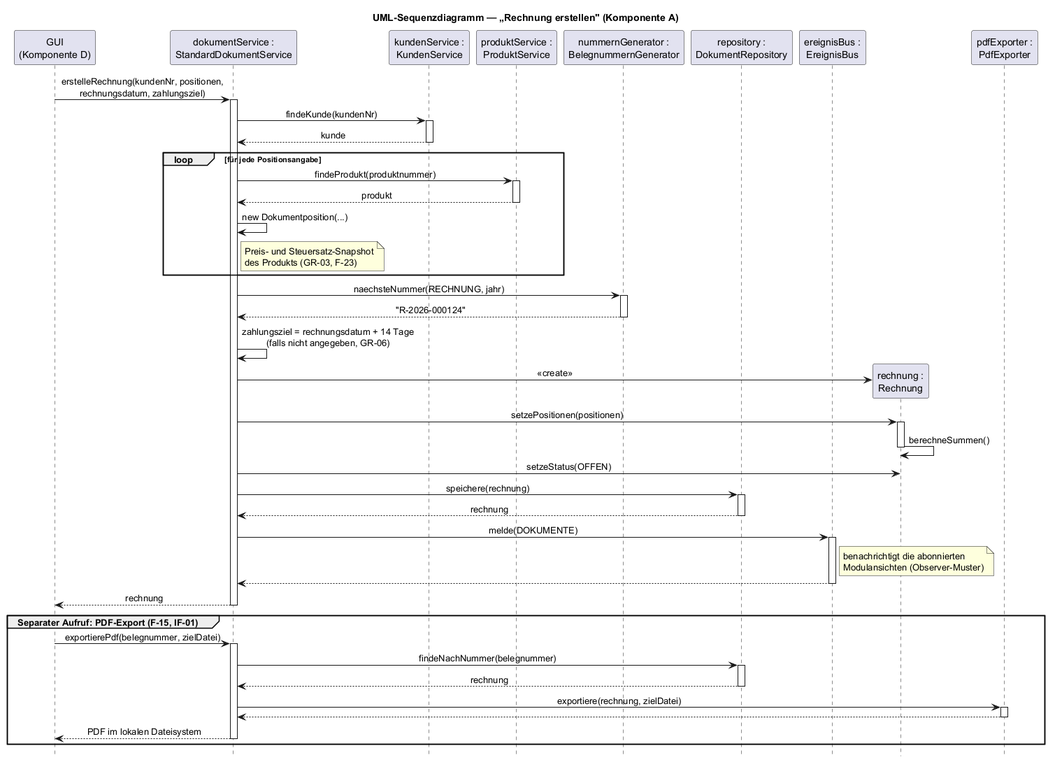
Earlier version of the PlantUML export dokumentation/diagramme/sequenz_rechnung_erstellen.png (lucasstrubel/faktura). Source of this version:
```plantuml
@startuml sequenz_rechnung_erstellen

skinparam shadowing false
skinparam sequenceMessageAlign center
hide footbox

title UML-Sequenzdiagramm — „Rechnung erstellen" (Komponente A)

participant "GUI\n(Komponente D)" as GUI
participant "dokumentService :\nStandardDokumentService" as DS
participant "kundenService :\nKundenService" as KS
participant "produktService :\nProduktService" as PS
participant "nummernGenerator :\nBelegnummernGenerator" as NG
participant "repository :\nDokumentRepository" as REPO
participant "ereignisBus :\nEreignisBus" as EB

GUI -> DS : erstelleRechnung(kundenNr, positionen,\nrechnungsdatum, zahlungsziel)
activate DS

DS -> KS : findeKunde(kundenNr)
activate KS
KS --> DS : kunde
deactivate KS

loop für jede Positionsangabe
  DS -> PS : findeProdukt(produktnummer)
  activate PS
  PS --> DS : produkt
  deactivate PS
  DS -> DS : new Dokumentposition(...)
  note right of DS : Preis- und Steuersatz-Snapshot\ndes Produkts (GR-03, F-23)
end

DS -> NG : naechsteNummer(RECHNUNG, jahr)
activate NG
NG --> DS : "R-2026-000124"
deactivate NG

DS -> DS : zahlungsziel = rechnungsdatum + 14 Tage\n(falls nicht angegeben, GR-06)

create participant "rechnung :\nRechnung" as R
DS -> R : «create»
DS -> R : setzePositionen(positionen)
activate R
R -> R : berechneSummen()
deactivate R
DS -> R : setzeStatus(OFFEN)

DS -> REPO : speichere(rechnung)
activate REPO
REPO --> DS : rechnung
deactivate REPO

DS -> EB : melde(DOKUMENTE)
activate EB
note right of EB : benachrichtigt die abonnierten\nModulansichten (Observer-Muster)
EB --> DS
deactivate EB

DS --> GUI : rechnung
deactivate DS

group Separater Aufruf: PDF-Export (F-15, IF-01)
  participant "pdfExporter :\nPdfExporter" as PDF
  GUI -> DS : exportierePdf(belegnummer, zielDatei)
  activate DS
  DS -> REPO : findeNachNummer(belegnummer)
  activate REPO
  REPO --> DS : rechnung
  deactivate REPO
  DS -> PDF : exportiere(rechnung, zielDatei)
  activate PDF
  PDF --> DS
  deactivate PDF
  DS --> GUI : PDF im lokalen Dateisystem
  deactivate DS
end

@enduml
```
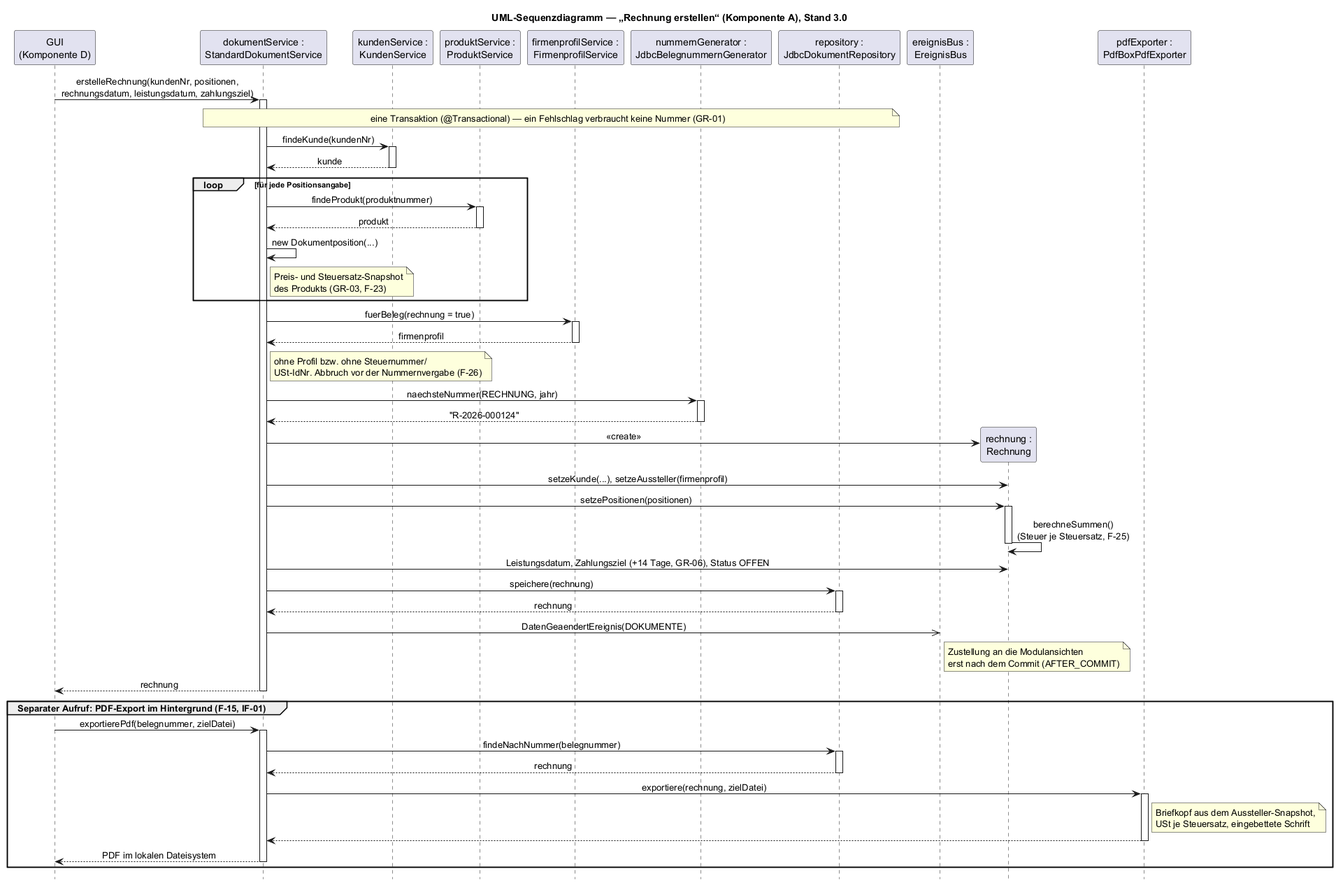
The same file after the commit.

The edit, as a diff of the source:
```diff
@@ -1,21 +1,24 @@
 @startuml sequenz_rechnung_erstellen
+!pragma layout smetana
 
 skinparam shadowing false
 skinparam sequenceMessageAlign center
 hide footbox
 
-title UML-Sequenzdiagramm — „Rechnung erstellen" (Komponente A)
+title UML-Sequenzdiagramm — „Rechnung erstellen“ (Komponente A), Stand 3.0
 
 participant "GUI\n(Komponente D)" as GUI
 participant "dokumentService :\nStandardDokumentService" as DS
 participant "kundenService :\nKundenService" as KS
 participant "produktService :\nProduktService" as PS
-participant "nummernGenerator :\nBelegnummernGenerator" as NG
-participant "repository :\nDokumentRepository" as REPO
+participant "firmenprofilService :\nFirmenprofilService" as FP
+participant "nummernGenerator :\nJdbcBelegnummernGenerator" as NG
+participant "repository :\nJdbcDokumentRepository" as REPO
 participant "ereignisBus :\nEreignisBus" as EB
 
-GUI -> DS : erstelleRechnung(kundenNr, positionen,\nrechnungsdatum, zahlungsziel)
+GUI -> DS : erstelleRechnung(kundenNr, positionen,\nrechnungsdatum, leistungsdatum, zahlungsziel)
 activate DS
+note over DS, REPO : eine Transaktion (@Transactional) — ein Fehlschlag verbraucht keine Nummer (GR-01)
 
 DS -> KS : findeKunde(kundenNr)
 activate KS
@@ -31,37 +34,39 @@
   note right of DS : Preis- und Steuersatz-Snapshot\ndes Produkts (GR-03, F-23)
 end
 
+DS -> FP : fuerBeleg(rechnung = true)
+activate FP
+FP --> DS : firmenprofil
+deactivate FP
+note right of DS : ohne Profil bzw. ohne Steuernummer/\nUSt-IdNr. Abbruch vor der Nummernvergabe (F-26)
+
 DS -> NG : naechsteNummer(RECHNUNG, jahr)
 activate NG
 NG --> DS : "R-2026-000124"
 deactivate NG
 
-DS -> DS : zahlungsziel = rechnungsdatum + 14 Tage\n(falls nicht angegeben, GR-06)
-
 create participant "rechnung :\nRechnung" as R
 DS -> R : «create»
+DS -> R : setzeKunde(...), setzeAussteller(firmenprofil)
 DS -> R : setzePositionen(positionen)
 activate R
-R -> R : berechneSummen()
+R -> R : berechneSummen()\n(Steuer je Steuersatz, F-25)
 deactivate R
-DS -> R : setzeStatus(OFFEN)
+DS -> R : Leistungsdatum, Zahlungsziel (+14 Tage, GR-06), Status OFFEN
 
 DS -> REPO : speichere(rechnung)
 activate REPO
 REPO --> DS : rechnung
 deactivate REPO
 
-DS -> EB : melde(DOKUMENTE)
-activate EB
-note right of EB : benachrichtigt die abonnierten\nModulansichten (Observer-Muster)
-EB --> DS
-deactivate EB
+DS ->> EB : DatenGeaendertEreignis(DOKUMENTE)
+note right of EB : Zustellung an die Modulansichten\nerst nach dem Commit (AFTER_COMMIT)
 
 DS --> GUI : rechnung
 deactivate DS
 
-group Separater Aufruf: PDF-Export (F-15, IF-01)
-  participant "pdfExporter :\nPdfExporter" as PDF
+group Separater Aufruf: PDF-Export im Hintergrund (F-15, IF-01)
+  participant "pdfExporter :\nPdfBoxPdfExporter" as PDF
   GUI -> DS : exportierePdf(belegnummer, zielDatei)
   activate DS
   DS -> REPO : findeNachNummer(belegnummer)
@@ -70,6 +75,7 @@
   deactivate REPO
   DS -> PDF : exportiere(rechnung, zielDatei)
   activate PDF
+  note right of PDF : Briefkopf aus dem Aussteller-Snapshot,\nUSt je Steuersatz, eingebettete Schrift
   PDF --> DS
   deactivate PDF
   DS --> GUI : PDF im lokalen Dateisystem
```
